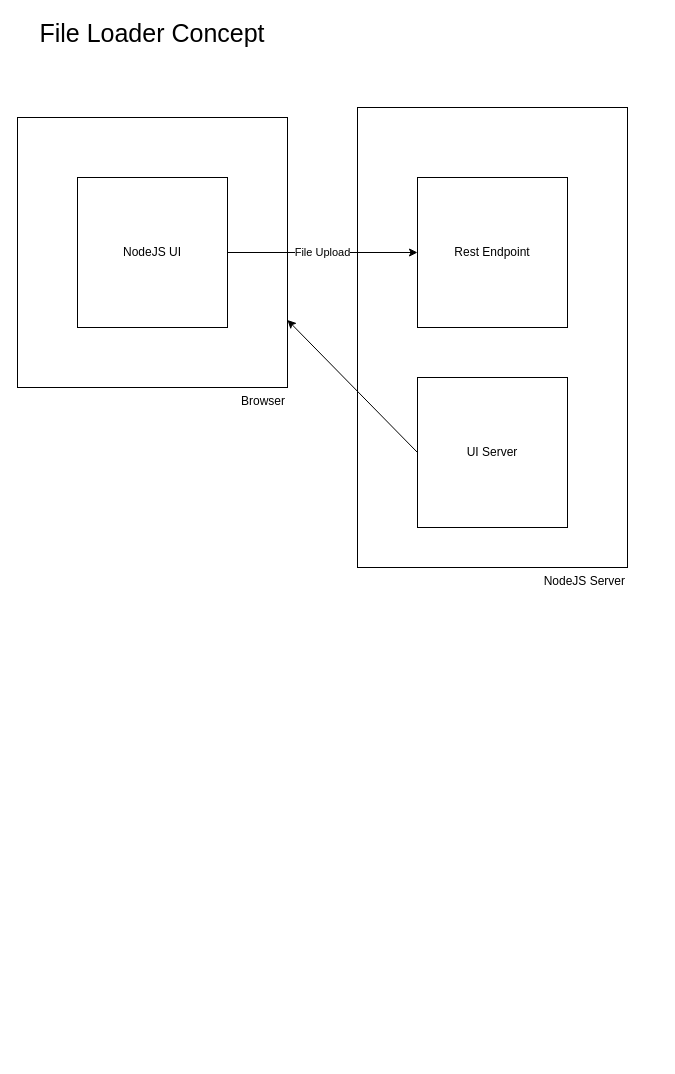
The draw.io diagram File Loader Concept.drawio in nosdod/FileLoaderConcept, before the edit. Source tidied: cells renumbered, new cells numbered last; positions are measured from the earlier drawing's top-left corner, leaving out a move shared by most shapes. Both pictures are drawn from the tidied source at 100%, with x=0, y=0 at pixel (17, 17).
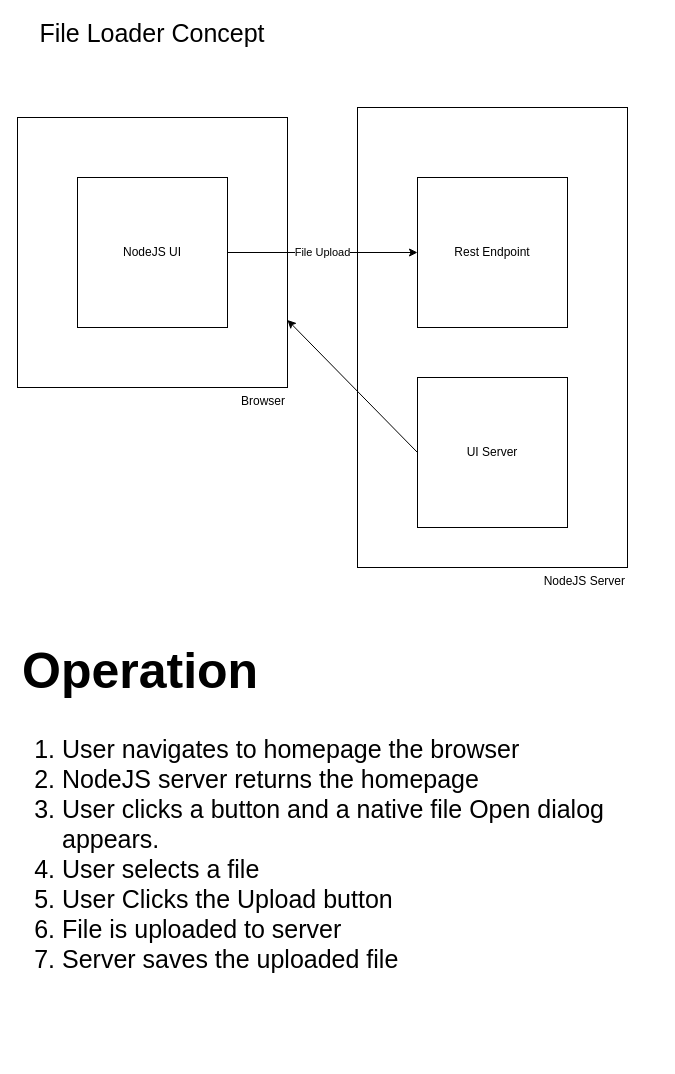
Above is the later version.

The edit, as a diff of the source:
```diff
@@
 <mxGraphModel>
   <root>
     <mxCell id="0" />
     <mxCell id="1" parent="0" />
     <mxCell id="2" value="NodeJS Server" style="whiteSpace=wrap;html=1;labelPosition=center;verticalLabelPosition=bottom;align=right;verticalAlign=top;" parent="1" vertex="1">
       <mxGeometry x="340" y="90" width="270" height="460" as="geometry" />
     </mxCell>
     <mxCell id="3" value="Browser" style="whiteSpace=wrap;html=1;labelPosition=center;verticalLabelPosition=bottom;align=right;verticalAlign=top;" parent="1" vertex="1">
       <mxGeometry y="100" width="270" height="270" as="geometry" />
     </mxCell>
     <mxCell id="4" value="Rest Endpoint" style="whiteSpace=wrap;html=1;" parent="1" vertex="1">
       <mxGeometry x="400" y="160" width="150" height="150" as="geometry" />
     </mxCell>
     <mxCell id="5" value="NodeJS UI" style="whiteSpace=wrap;html=1;" parent="1" vertex="1">
       <mxGeometry x="60" y="160" width="150" height="150" as="geometry" />
     </mxCell>
     <mxCell id="6" value="File Upload" style="endArrow=classic;html=1;rounded=0;exitX=1;exitY=0.5;exitDx=0;exitDy=0;entryX=0;entryY=0.5;entryDx=0;entryDy=0;" parent="1" edge="1" source="5" target="4">
       <mxGeometry relative="1" as="geometry" />
     </mxCell>
     <mxCell id="7" value="File Loader Concept" style="text;html=1;strokeColor=none;fillColor=none;align=center;verticalAlign=middle;whiteSpace=wrap;rounded=0;fontSize=25;" parent="1" vertex="1">
       <mxGeometry width="270" height="30" as="geometry" />
     </mxCell>
     <mxCell id="8" value="UI Server" style="whiteSpace=wrap;html=1;" parent="1" vertex="1">
       <mxGeometry x="400" y="360" width="150" height="150" as="geometry" />
     </mxCell>
     <mxCell id="9" style="endArrow=classic;html=1;rounded=0;exitX=0;exitY=0.5;exitDx=0;exitDy=0;entryX=1;entryY=0.75;entryDx=0;entryDy=0;" parent="1" edge="1" source="8" target="3">
       <mxGeometry relative="1" as="geometry" />
     </mxCell>
+    <mxCell id="10" value="&lt;h1&gt;Operation&lt;/h1&gt;&lt;p&gt;&lt;ol&gt;&lt;li&gt;User navigates to homepage the browser&lt;/li&gt;&lt;li&gt;NodeJS server returns the homepage&lt;/li&gt;&lt;li&gt;User clicks a button and a native file Open dialog appears.&lt;/li&gt;&lt;li&gt;User selects a file&lt;/li&gt;&lt;li&gt;User Clicks the Upload button&lt;/li&gt;&lt;li&gt;File is uploaded to server&lt;/li&gt;&lt;li&gt;Server saves the uploaded file&lt;/li&gt;&lt;/ol&gt;&lt;/p&gt;" style="text;html=1;strokeColor=none;fillColor=none;spacing=5;spacingTop=-20;whiteSpace=wrap;overflow=hidden;rounded=0;fontSize=25;align=left;" parent="1" vertex="1">
+      <mxGeometry y="600" width="640" height="440" as="geometry" />
+    </mxCell>
   </root>
 </mxGraphModel>
```
